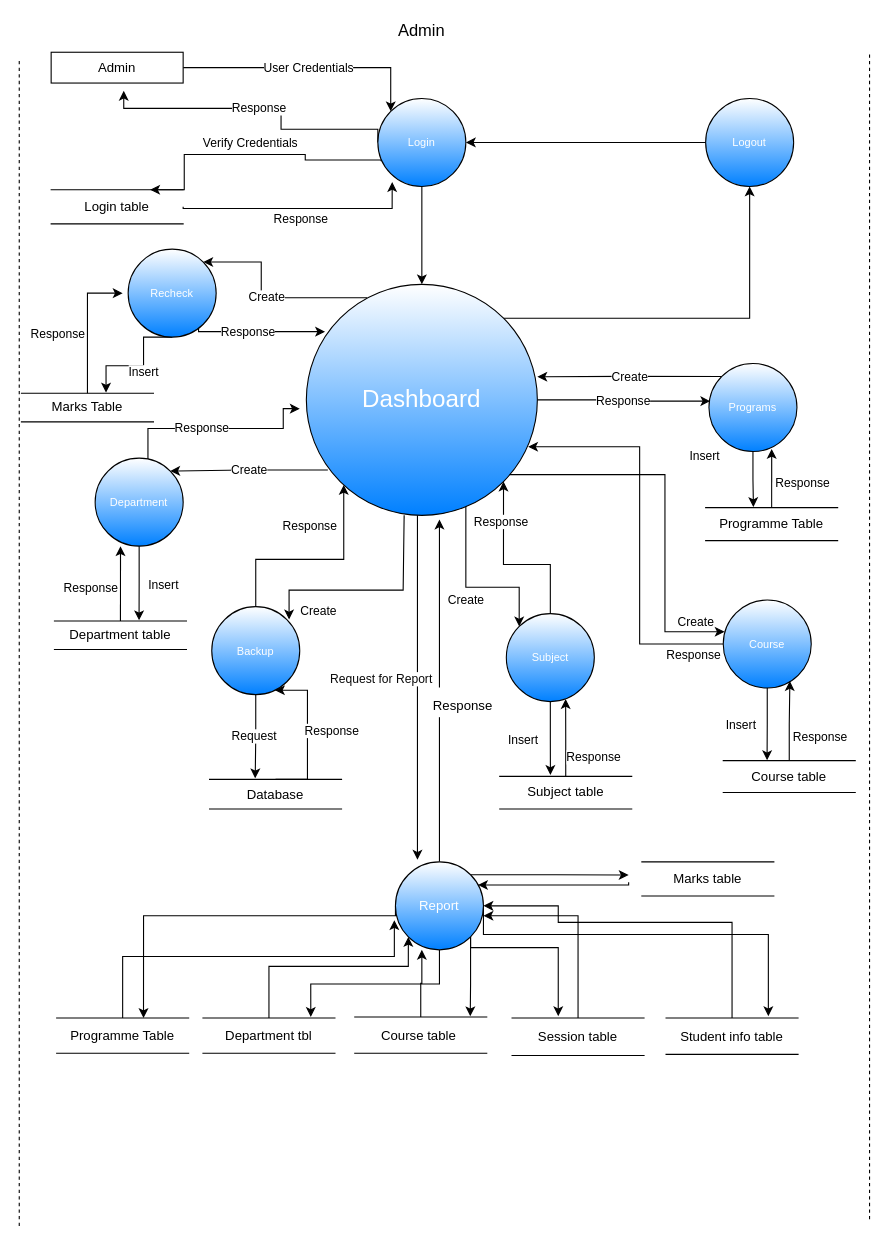
Earlier version of the draw.io diagram Diagrams/DFD/Admin.drawio (MohsinAliSoomro/CES). Source tidied: cells renumbered, new cells numbered last; positions are measured from the earlier drawing's top-left corner, leaving out a move shared by most shapes. Both pictures are drawn from the tidied source at 110%, with x=0, y=0 at pixel (19, 19).
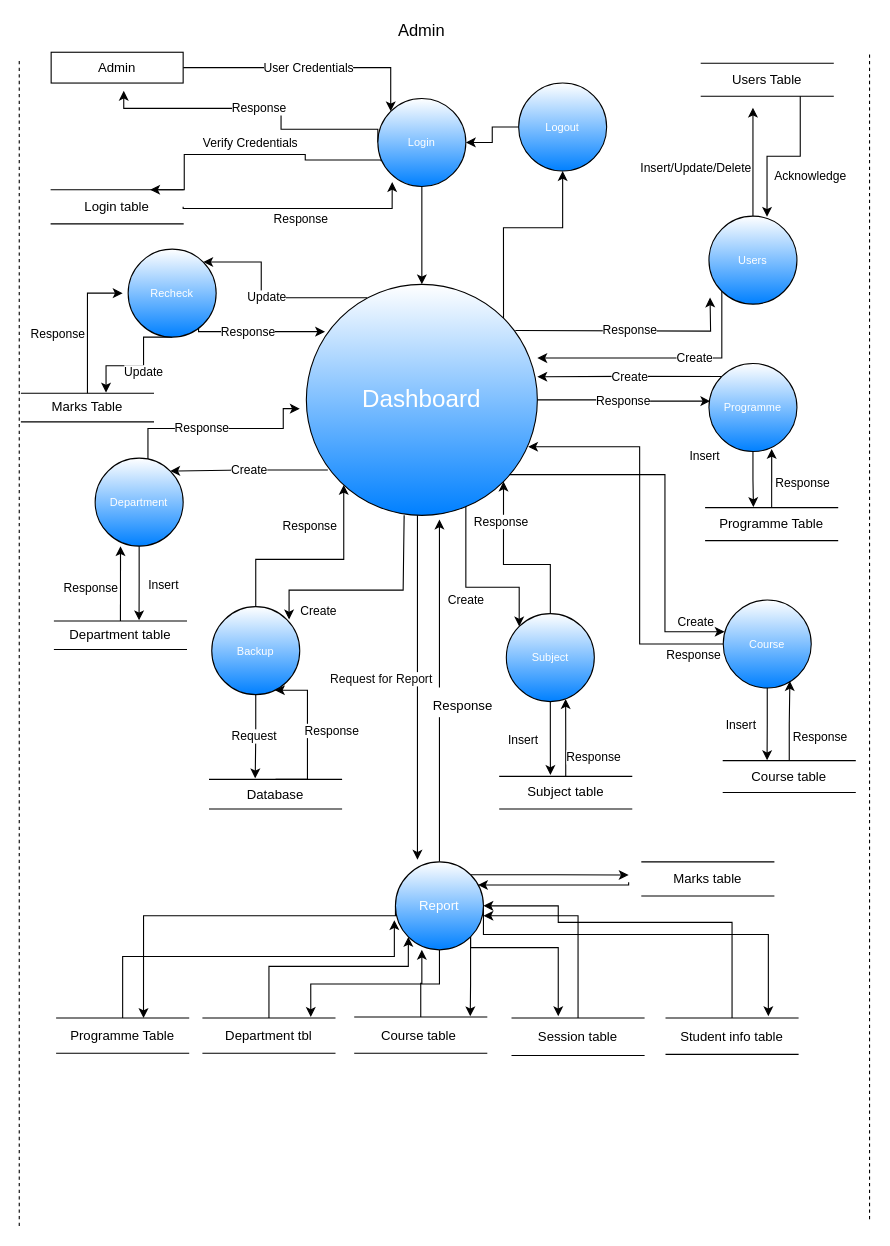
Above is the later version.

Unchanged cells that the change refers to:
```xml
<mxCell id="19" value="&lt;font style=&quot;font-size: 22px;&quot;&gt;Dashboard&lt;/font&gt;" style="ellipse;whiteSpace=wrap;html=1;gradientColor=#0080FF;fontColor=#FFFFFF;fontSize=22;" parent="1" vertex="1">
  <mxGeometry x="261" y="241" width="210" height="210" as="geometry" />
</mxCell>
<mxCell id="50" value="Marks Table" style="shape=partialRectangle;whiteSpace=wrap;html=1;left=0;right=0;fillColor=none;" parent="1" vertex="1">
  <mxGeometry x="2" y="340" width="120" height="26" as="geometry" />
</mxCell>
<mxCell id="53" value="&lt;font style=&quot;font-size: 10px&quot;&gt;Recheck&lt;/font&gt;" style="ellipse;whiteSpace=wrap;html=1;gradientColor=#0080FF;fontColor=#FFFFFF;fontSize=10;" parent="1" vertex="1">
  <mxGeometry x="99" y="209" width="80" height="80" as="geometry" />
</mxCell>
```

Change to the diagram source:
```diff
@@
     <mxCell id="11" value="&lt;font style=&quot;font-size: 10px;&quot;&gt;Logout&lt;/font&gt;" style="ellipse;whiteSpace=wrap;html=1;gradientColor=#0080FF;fontColor=#FFFFFF;fontSize=10;" parent="1" vertex="1">
-      <mxGeometry x="624" y="72" width="80" height="80" as="geometry" />
+      <mxGeometry x="454" y="58" width="80" height="80" as="geometry" />
     </mxCell>
@@
-    <mxCell id="27" value="&lt;font style=&quot;font-size: 10px;&quot;&gt;Programs&lt;/font&gt;" style="ellipse;whiteSpace=wrap;html=1;gradientColor=#0080FF;fontColor=#FFFFFF;fontSize=10;" parent="1" vertex="1">
+    <mxCell id="27" value="&lt;font style=&quot;font-size: 10px&quot;&gt;Programme&lt;/font&gt;" style="ellipse;whiteSpace=wrap;html=1;gradientColor=#0080FF;fontColor=#FFFFFF;fontSize=10;" parent="1" vertex="1">
       <mxGeometry x="627" y="313" width="80" height="80" as="geometry" />
     </mxCell>
@@
-    <mxCell id="48" value="Create" style="edgeStyle=orthogonalEdgeStyle;rounded=0;jettySize=auto;html=1;exitX=0.263;exitY=0.058;exitDx=0;exitDy=0;entryX=1;entryY=0;entryDx=0;entryDy=0;exitPerimeter=0;" parent="1" edge="1" source="19" target="53">
+    <mxCell id="48" value="Update" style="edgeStyle=orthogonalEdgeStyle;rounded=0;jettySize=auto;html=1;exitX=0.263;exitY=0.058;exitDx=0;exitDy=0;entryX=1;entryY=0;entryDx=0;entryDy=0;exitPerimeter=0;" parent="1" edge="1" source="19" target="53">
       <mxGeometry relative="1" as="geometry" />
     </mxCell>
@@
-    <mxCell id="52" value="Insert" style="edgeStyle=orthogonalEdgeStyle;rounded=0;jettySize=auto;html=1;exitX=0.5;exitY=1;exitDx=0;exitDy=0;entryX=0.641;entryY=-0.022;entryDx=0;entryDy=0;entryPerimeter=0;" parent="1" edge="1" source="53" target="50">
+    <mxCell id="52" value="Update" style="edgeStyle=orthogonalEdgeStyle;rounded=0;jettySize=auto;html=1;exitX=0.5;exitY=1;exitDx=0;exitDy=0;entryX=0.641;entryY=-0.022;entryDx=0;entryDy=0;entryPerimeter=0;" parent="1" edge="1" source="53" target="50">
       <mxGeometry x="-0.06" y="6" relative="1" as="geometry">
         <Array as="points">
           <mxPoint x="113" y="289" />
           <mxPoint x="113" y="315" />
           <mxPoint x="79" y="315" />
         </Array>
       </mxGeometry>
     </mxCell>
@@
+    <mxCell id="74" value="Response" style="edgeStyle=orthogonalEdgeStyle;rounded=0;orthogonalLoop=1;jettySize=auto;html=1;" parent="1" edge="1">
+      <mxGeometry relative="1" as="geometry">
+        <mxPoint x="451" y="283" as="sourcePoint" />
+        <mxPoint x="628" y="253" as="targetPoint" />
+      </mxGeometry>
+    </mxCell>
+    <mxCell id="75" value="Create" style="edgeStyle=orthogonalEdgeStyle;rounded=0;jettySize=auto;html=1;exitX=0;exitY=0;exitDx=0;exitDy=0;" parent="1" edge="1" source="77">
+      <mxGeometry relative="1" as="geometry">
+        <mxPoint x="471" y="308" as="targetPoint" />
+        <Array as="points">
+          <mxPoint x="639" y="308" />
+        </Array>
+      </mxGeometry>
+    </mxCell>
+    <mxCell id="76" value="Insert/Update/Delete" style="edgeStyle=orthogonalEdgeStyle;rounded=0;jettySize=auto;html=1;" parent="1" edge="1" source="77">
+      <mxGeometry x="-0.11" y="52" relative="1" as="geometry">
+        <mxPoint x="667" y="80.4" as="targetPoint" />
+      </mxGeometry>
+    </mxCell>
+    <mxCell id="77" value="&lt;font style=&quot;font-size: 10px&quot;&gt;Users&lt;/font&gt;" style="ellipse;whiteSpace=wrap;html=1;gradientColor=#0080FF;fontColor=#FFFFFF;fontSize=10;" parent="1" vertex="1">
+      <mxGeometry x="627" y="179" width="80" height="80" as="geometry" />
+    </mxCell>
+    <mxCell id="78" value="Acknowledge" style="edgeStyle=orthogonalEdgeStyle;rounded=0;jettySize=auto;html=1;exitX=0.75;exitY=1;exitDx=0;exitDy=0;entryX=0.66;entryY=0.008;entryDx=0;entryDy=0;entryPerimeter=0;" parent="1" edge="1" source="79" target="77">
+      <mxGeometry x="-0.22" y="19" relative="1" as="geometry">
+        <mxPoint x="9" y="-1" as="offset" />
+      </mxGeometry>
+    </mxCell>
+    <mxCell id="79" value="Users Table" style="shape=partialRectangle;whiteSpace=wrap;html=1;left=0;right=0;fillColor=none;" parent="1" vertex="1">
+      <mxGeometry x="620" y="40" width="120" height="30" as="geometry" />
+    </mxCell>
```
